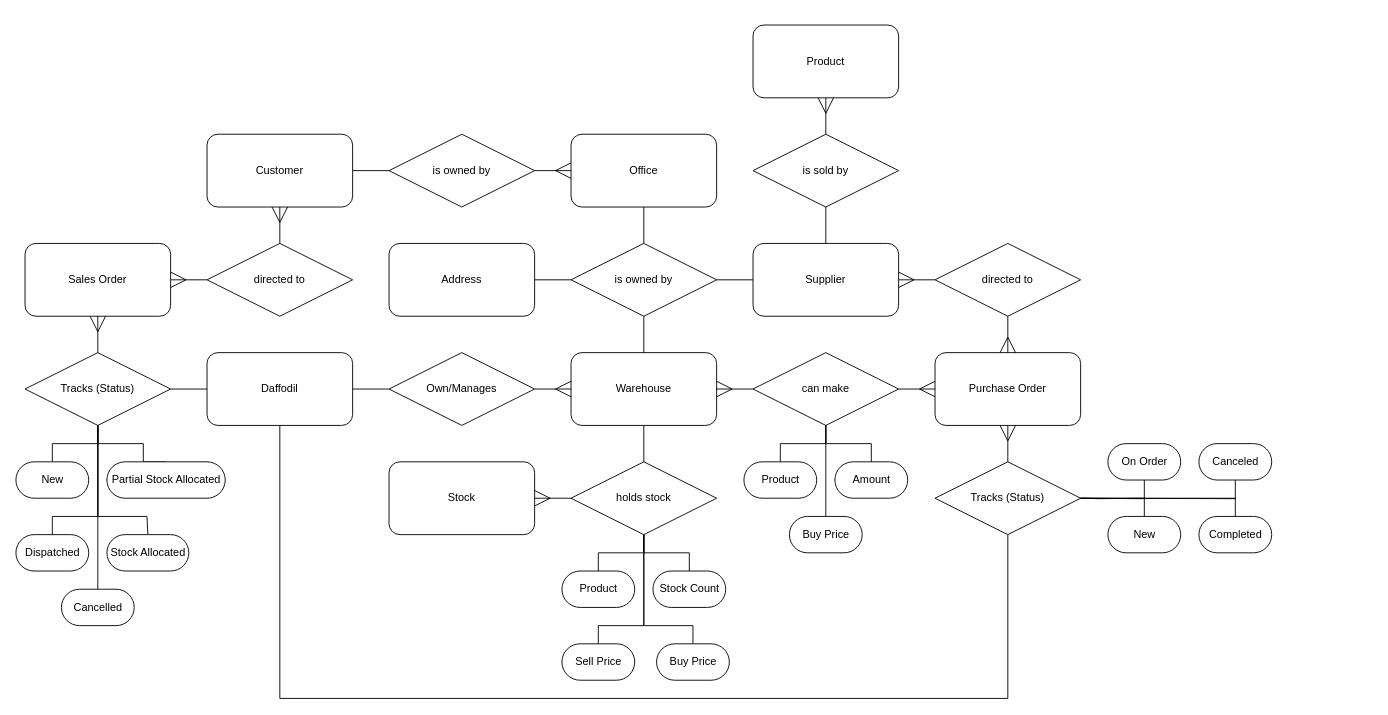
BaiOmarFromBathSpa/Databases-Assesment keeps this draw.io diagram as conceptual diagram.drawio. Above is the earlier version. Source tidied: cells renumbered, new cells numbered last; positions are measured from the earlier drawing's top-left corner, leaving out a move shared by most shapes. Both pictures are drawn from the tidied source at 91%, with x=0, y=0 at pixel (15, 25).
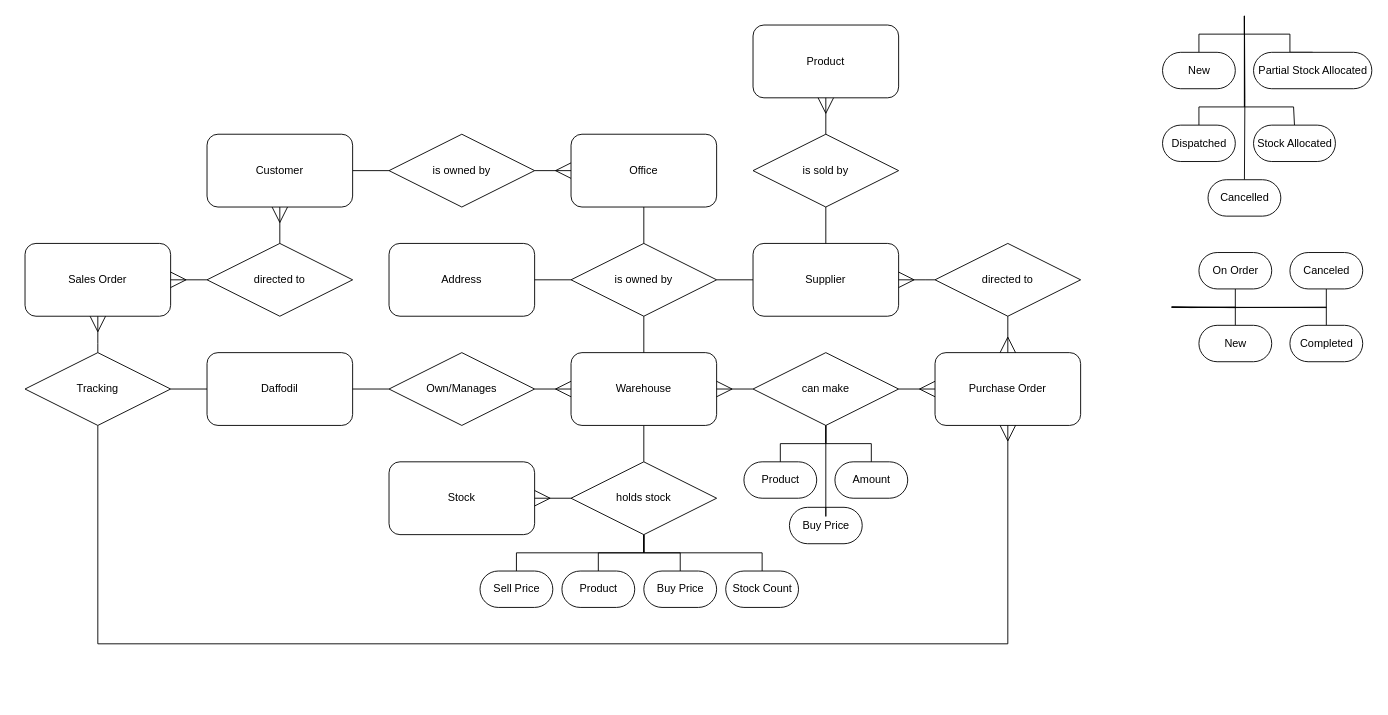
Above is the later version.

Commit message (it also covers changes not shown here):
tweaked conceptual

The change refers to these unchanged cells:
```xml
<mxCell id="22" value="Daffodil" style="rounded=1;whiteSpace=wrap;html=1;" parent="1" vertex="1">
  <mxGeometry x="210" y="360" width="160" height="80" as="geometry" />
</mxCell>
<mxCell id="39" value="holds stock" style="rhombus;whiteSpace=wrap;html=1;" parent="1" vertex="1">
  <mxGeometry x="610" y="480" width="160" height="80" as="geometry" />
</mxCell>
<mxCell id="46" value="Purchase Order" style="rounded=1;whiteSpace=wrap;html=1;" parent="1" vertex="1">
  <mxGeometry x="1010" y="360" width="160" height="80" as="geometry" />
</mxCell>
```

What changed in the source:
```diff
@@
-    <mxCell id="20" style="edgeStyle=orthogonalEdgeStyle;rounded=0;jettySize=auto;html=1;entryX=0.5;entryY=1;entryDx=0;entryDy=0;endArrow=none;endFill=0;exitX=0.5;exitY=1;exitDx=0;exitDy=0;" parent="1" edge="1" source="22" target="50">
-      <mxGeometry relative="1" as="geometry">
-        <Array as="points">
-          <mxPoint x="290" y="740" />
-          <mxPoint x="1090" y="740" />
-        </Array>
-      </mxGeometry>
-    </mxCell>
@@
     <mxCell id="31" value="Buy Price" style="html=1;dashed=0;whitespace=wrap;shape=mxgraph.dfd.start;strokeWidth=1;" parent="1" vertex="1">
-      <mxGeometry x="850" y="540" width="80" height="40" as="geometry" />
+      <mxGeometry x="850" y="530" width="80" height="40" as="geometry" />
     </mxCell>
@@
-    <mxCell id="35" style="edgeStyle=orthogonalEdgeStyle;rounded=0;jettySize=auto;html=1;entryX=0.5;entryY=0.5;entryDx=0;entryDy=-20;entryPerimeter=0;endArrow=none;endFill=0;" parent="1" edge="1" source="39" target="43">
+    <mxCell id="35" style="edgeStyle=orthogonalEdgeStyle;rounded=0;jettySize=auto;html=1;entryX=0.5;entryY=0.5;entryDx=0;entryDy=-20;entryPerimeter=0;endArrow=none;endFill=0;exitX=0.5;exitY=1;exitDx=0;exitDy=0;" parent="1" edge="1" source="39" target="43">
       <mxGeometry relative="1" as="geometry" />
     </mxCell>
@@
     <mxCell id="37" style="edgeStyle=orthogonalEdgeStyle;rounded=0;jettySize=auto;html=1;entryX=0.5;entryY=0.5;entryDx=0;entryDy=-20;entryPerimeter=0;endArrow=none;endFill=0;" parent="1" edge="1" source="39" target="44">
       <mxGeometry relative="1" as="geometry">
         <Array as="points">
-          <mxPoint x="690" y="660" />
-          <mxPoint x="640" y="660" />
+          <mxPoint x="690" y="580" />
+          <mxPoint x="550" y="580" />
         </Array>
       </mxGeometry>
     </mxCell>
     <mxCell id="38" style="edgeStyle=orthogonalEdgeStyle;rounded=0;jettySize=auto;html=1;entryX=0.5;entryY=0.5;entryDx=0;entryDy=-20;entryPerimeter=0;endArrow=none;endFill=0;" parent="1" edge="1" source="39" target="45">
       <mxGeometry relative="1" as="geometry">
         <Array as="points">
-          <mxPoint x="690" y="660" />
-          <mxPoint x="744" y="660" />
+          <mxPoint x="690" y="580" />
+          <mxPoint x="730" y="580" />
         </Array>
       </mxGeometry>
     </mxCell>
@@
     <mxCell id="43" value="Stock Count" style="html=1;dashed=0;whitespace=wrap;shape=mxgraph.dfd.start;strokeWidth=1;" parent="1" vertex="1">
-      <mxGeometry x="700" y="600" width="80" height="40" as="geometry" />
+      <mxGeometry x="780" y="600" width="80" height="40" as="geometry" />
     </mxCell>
     <mxCell id="44" value="Sell Price" style="html=1;dashed=0;whitespace=wrap;shape=mxgraph.dfd.start;strokeWidth=1;" parent="1" vertex="1">
-      <mxGeometry x="600" y="680" width="80" height="40" as="geometry" />
+      <mxGeometry x="510" y="600" width="80" height="40" as="geometry" />
     </mxCell>
     <mxCell id="45" value="Buy Price" style="html=1;dashed=0;whitespace=wrap;shape=mxgraph.dfd.start;strokeWidth=1;" parent="1" vertex="1">
-      <mxGeometry x="704" y="680" width="80" height="40" as="geometry" />
+      <mxGeometry x="690" y="600" width="80" height="40" as="geometry" />
     </mxCell>
@@
-    <mxCell id="50" value="Tracks (Status)" style="rhombus;whiteSpace=wrap;html=1;" parent="1" vertex="1">
-      <mxGeometry x="1010" y="480" width="160" height="80" as="geometry" />
-    </mxCell>
-    <mxCell id="51" style="edgeStyle=orthogonalEdgeStyle;fontSize=12;html=1;endArrow=ERmany;rounded=0;strokeWidth=1;endSize=15;startSize=15;entryX=0.5;entryY=1;entryDx=0;entryDy=0;exitX=0.5;exitY=0;exitDx=0;exitDy=0;" parent="1" edge="1" source="50" target="46">
-      <mxGeometry relative="1" as="geometry" />
+    <mxCell id="51" style="edgeStyle=orthogonalEdgeStyle;fontSize=12;html=1;endArrow=ERmany;rounded=0;strokeWidth=1;endSize=15;startSize=15;entryX=0.5;entryY=1;entryDx=0;entryDy=0;exitX=0.5;exitY=1;exitDx=0;exitDy=0;" parent="1" edge="1" source="62" target="46">
+      <mxGeometry relative="1" as="geometry">
+        <Array as="points">
+          <mxPoint x="90" y="680" />
+          <mxPoint x="1090" y="680" />
+        </Array>
+      </mxGeometry>
     </mxCell>
     <mxCell id="52" style="edgeStyle=orthogonalEdgeStyle;rounded=0;jettySize=auto;html=1;exitX=1;exitY=0.5;exitDx=0;exitDy=0;entryX=0.5;entryY=0.5;entryDx=0;entryDy=-20;entryPerimeter=0;endArrow=none;endFill=0;" parent="1" edge="1" target="56">
       <mxGeometry relative="1" as="geometry">
-        <mxPoint x="1170" y="520" as="sourcePoint" />
+        <mxPoint x="1270" y="310" as="sourcePoint" />
       </mxGeometry>
     </mxCell>
     <mxCell id="53" style="edgeStyle=orthogonalEdgeStyle;rounded=0;jettySize=auto;html=1;entryX=0.5;entryY=0.5;entryDx=0;entryDy=20;entryPerimeter=0;endArrow=none;endFill=0;" parent="1" edge="1" target="57">
       <mxGeometry relative="1" as="geometry">
-        <mxPoint x="1170" y="520" as="sourcePoint" />
+        <mxPoint x="1270" y="310" as="sourcePoint" />
       </mxGeometry>
     </mxCell>
     <mxCell id="54" style="edgeStyle=orthogonalEdgeStyle;rounded=0;jettySize=auto;html=1;entryX=0.5;entryY=0.5;entryDx=0;entryDy=20;entryPerimeter=0;endArrow=none;endFill=0;" parent="1" edge="1" target="59">
       <mxGeometry relative="1" as="geometry">
-        <mxPoint x="1170" y="520" as="sourcePoint" />
+        <mxPoint x="1270" y="310" as="sourcePoint" />
       </mxGeometry>
     </mxCell>
-    <mxCell id="55" style="edgeStyle=orthogonalEdgeStyle;rounded=0;jettySize=auto;html=1;entryX=0.5;entryY=0.5;entryDx=0;entryDy=-20;entryPerimeter=0;endArrow=none;endFill=0;exitX=1;exitY=0.5;exitDx=0;exitDy=0;" parent="1" edge="1" source="50" target="58">
-      <mxGeometry relative="1" as="geometry" />
+    <mxCell id="55" style="edgeStyle=orthogonalEdgeStyle;rounded=0;jettySize=auto;html=1;entryX=0.5;entryY=0.5;entryDx=0;entryDy=-20;entryPerimeter=0;endArrow=none;endFill=0;exitX=1;exitY=0.5;exitDx=0;exitDy=0;" parent="1" edge="1" target="58">
+      <mxGeometry relative="1" as="geometry">
+        <mxPoint x="1270" y="310" as="sourcePoint" />
+      </mxGeometry>
     </mxCell>
     <mxCell id="56" value="New" style="html=1;dashed=0;whitespace=wrap;shape=mxgraph.dfd.start;strokeWidth=1;" parent="1" vertex="1">
-      <mxGeometry x="1200" y="540" width="80" height="40" as="geometry" />
+      <mxGeometry x="1300" y="330" width="80" height="40" as="geometry" />
     </mxCell>
     <mxCell id="57" value="On Order" style="html=1;dashed=0;whitespace=wrap;shape=mxgraph.dfd.start;strokeWidth=1;" parent="1" vertex="1">
-      <mxGeometry x="1200" y="460" width="80" height="40" as="geometry" />
+      <mxGeometry x="1300" y="250" width="80" height="40" as="geometry" />
     </mxCell>
     <mxCell id="58" value="Completed" style="html=1;dashed=0;whitespace=wrap;shape=mxgraph.dfd.start;strokeWidth=1;" parent="1" vertex="1">
-      <mxGeometry x="1300" y="540" width="80" height="40" as="geometry" />
+      <mxGeometry x="1400" y="330" width="80" height="40" as="geometry" />
     </mxCell>
     <mxCell id="59" value="Canceled" style="html=1;dashed=0;whitespace=wrap;shape=mxgraph.dfd.start;strokeWidth=1;" parent="1" vertex="1">
-      <mxGeometry x="1300" y="460" width="80" height="40" as="geometry" />
+      <mxGeometry x="1400" y="250" width="80" height="40" as="geometry" />
     </mxCell>
@@
-    <mxCell id="61" style="edgeStyle=orthogonalEdgeStyle;rounded=0;jettySize=auto;html=1;entryX=0.5;entryY=0.5;entryDx=0;entryDy=-20;entryPerimeter=0;endArrow=none;endFill=0;" parent="1" edge="1" source="62" target="71">
-      <mxGeometry relative="1" as="geometry" />
+    <mxCell id="61" style="edgeStyle=orthogonalEdgeStyle;rounded=0;jettySize=auto;html=1;entryX=0.5;entryY=0.5;entryDx=0;entryDy=-20;entryPerimeter=0;endArrow=none;endFill=0;" parent="1" edge="1" target="71">
+      <mxGeometry relative="1" as="geometry">
+        <mxPoint x="1350" y="-10" as="sourcePoint" />
+      </mxGeometry>
     </mxCell>
-    <mxCell id="62" value="Tracks (Status)" style="rhombus;whiteSpace=wrap;html=1;" parent="1" vertex="1">
+    <mxCell id="62" value="Tracking" style="rhombus;whiteSpace=wrap;html=1;" parent="1" vertex="1">
       <mxGeometry x="10" y="360" width="160" height="80" as="geometry" />
     </mxCell>
-    <mxCell id="63" style="edgeStyle=orthogonalEdgeStyle;rounded=0;jettySize=auto;html=1;entryX=0.5;entryY=0.5;entryDx=0;entryDy=-20;entryPerimeter=0;endArrow=none;endFill=0;exitX=0.5;exitY=1;exitDx=0;exitDy=0;" parent="1" edge="1" source="62" target="68">
+    <mxCell id="63" style="edgeStyle=orthogonalEdgeStyle;rounded=0;jettySize=auto;html=1;entryX=0.5;entryY=0.5;entryDx=0;entryDy=-20;entryPerimeter=0;endArrow=none;endFill=0;exitX=0.5;exitY=1;exitDx=0;exitDy=0;" parent="1" edge="1" target="68">
       <mxGeometry relative="1" as="geometry">
+        <mxPoint x="1350" y="-10" as="sourcePoint" />
         <Array as="points">
-          <mxPoint x="90" y="460" />
-          <mxPoint x="140" y="460" />
+          <mxPoint x="1350" y="10" />
+          <mxPoint x="1400" y="10" />
         </Array>
       </mxGeometry>
     </mxCell>
-    <mxCell id="64" style="edgeStyle=orthogonalEdgeStyle;rounded=0;jettySize=auto;html=1;entryX=0.5;entryY=0.5;entryDx=0;entryDy=-20;entryPerimeter=0;endArrow=none;endFill=0;exitX=0.5;exitY=1;exitDx=0;exitDy=0;" parent="1" edge="1" source="62" target="67">
+    <mxCell id="64" style="edgeStyle=orthogonalEdgeStyle;rounded=0;jettySize=auto;html=1;entryX=0.5;entryY=0.5;entryDx=0;entryDy=-20;entryPerimeter=0;endArrow=none;endFill=0;exitX=0.5;exitY=1;exitDx=0;exitDy=0;" parent="1" edge="1" target="67">
       <mxGeometry relative="1" as="geometry">
+        <mxPoint x="1350" y="-10" as="sourcePoint" />
         <Array as="points">
-          <mxPoint x="90" y="460" />
-          <mxPoint x="40" y="460" />
+          <mxPoint x="1350" y="10" />
+          <mxPoint x="1300" y="10" />
         </Array>
       </mxGeometry>
     </mxCell>
-    <mxCell id="65" style="edgeStyle=orthogonalEdgeStyle;rounded=0;jettySize=auto;html=1;entryX=0.5;entryY=0.5;entryDx=0;entryDy=-20;entryPerimeter=0;endArrow=none;endFill=0;exitX=0.5;exitY=1;exitDx=0;exitDy=0;" parent="1" edge="1" source="62" target="69">
+    <mxCell id="65" style="edgeStyle=orthogonalEdgeStyle;rounded=0;jettySize=auto;html=1;entryX=0.5;entryY=0.5;entryDx=0;entryDy=-20;entryPerimeter=0;endArrow=none;endFill=0;exitX=0.5;exitY=1;exitDx=0;exitDy=0;" parent="1" edge="1" target="69">
       <mxGeometry relative="1" as="geometry">
+        <mxPoint x="1350" y="-10" as="sourcePoint" />
         <Array as="points">
-          <mxPoint x="90" y="540" />
-          <mxPoint x="40" y="540" />
+          <mxPoint x="1350" y="90" />
+          <mxPoint x="1300" y="90" />
         </Array>
       </mxGeometry>
     </mxCell>
-    <mxCell id="66" style="edgeStyle=orthogonalEdgeStyle;rounded=0;jettySize=auto;html=1;entryX=0.5;entryY=0.5;entryDx=0;entryDy=-20;entryPerimeter=0;endArrow=none;endFill=0;exitX=0.5;exitY=1;exitDx=0;exitDy=0;" parent="1" edge="1" source="62" target="70">
+    <mxCell id="66" style="edgeStyle=orthogonalEdgeStyle;rounded=0;jettySize=auto;html=1;entryX=0.5;entryY=0.5;entryDx=0;entryDy=-20;entryPerimeter=0;endArrow=none;endFill=0;exitX=0.5;exitY=1;exitDx=0;exitDy=0;" parent="1" edge="1" target="70">
       <mxGeometry relative="1" as="geometry">
+        <mxPoint x="1350" y="-10" as="sourcePoint" />
         <Array as="points">
-          <mxPoint x="90" y="540" />
-          <mxPoint x="144" y="540" />
+          <mxPoint x="1350" y="90" />
+          <mxPoint x="1404" y="90" />
         </Array>
       </mxGeometry>
     </mxCell>
     <mxCell id="67" value="New" style="html=1;dashed=0;whitespace=wrap;shape=mxgraph.dfd.start;strokeWidth=1;" parent="1" vertex="1">
-      <mxGeometry y="480" width="80" height="40" as="geometry" />
+      <mxGeometry x="1260" y="30" width="80" height="40" as="geometry" />
     </mxCell>
     <mxCell id="68" value="Partial Stock Allocated" style="html=1;dashed=0;whitespace=wrap;shape=mxgraph.dfd.start;strokeWidth=1;" parent="1" vertex="1">
-      <mxGeometry x="100" y="480" width="130" height="40" as="geometry" />
+      <mxGeometry x="1360" y="30" width="130" height="40" as="geometry" />
     </mxCell>
     <mxCell id="69" value="Dispatched" style="html=1;dashed=0;whitespace=wrap;shape=mxgraph.dfd.start;strokeWidth=1;" parent="1" vertex="1">
-      <mxGeometry y="560" width="80" height="40" as="geometry" />
+      <mxGeometry x="1260" y="110" width="80" height="40" as="geometry" />
     </mxCell>
     <mxCell id="70" value="Stock Allocated" style="html=1;dashed=0;whitespace=wrap;shape=mxgraph.dfd.start;strokeWidth=1;" parent="1" vertex="1">
-      <mxGeometry x="100" y="560" width="90" height="40" as="geometry" />
+      <mxGeometry x="1360" y="110" width="90" height="40" as="geometry" />
     </mxCell>
     <mxCell id="71" value="Cancelled" style="html=1;dashed=0;whitespace=wrap;shape=mxgraph.dfd.start;strokeWidth=1;" parent="1" vertex="1">
-      <mxGeometry x="50" y="620" width="80" height="40" as="geometry" />
+      <mxGeometry x="1310" y="170" width="80" height="40" as="geometry" />
     </mxCell>
```
